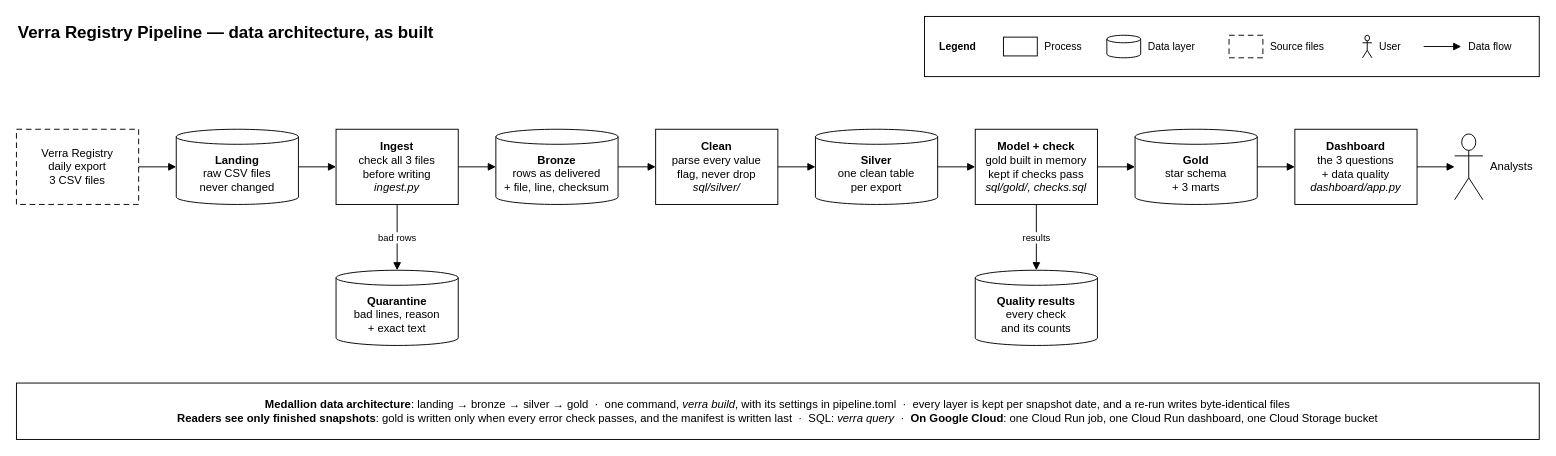
Earlier version of the draw.io diagram page "1 · Data (as built)" (1 of 2) of docs/architecture/verra-pipeline-as-built.drawio (ShreehariA/verra_registry_pipeline). Source tidied: cells renumbered, new cells numbered last; positions are measured from the earlier drawing's top-left corner, leaving out a move shared by most shapes. Both pictures are drawn from the tidied source at 94%, with x=0, y=0 at pixel (16, 16).
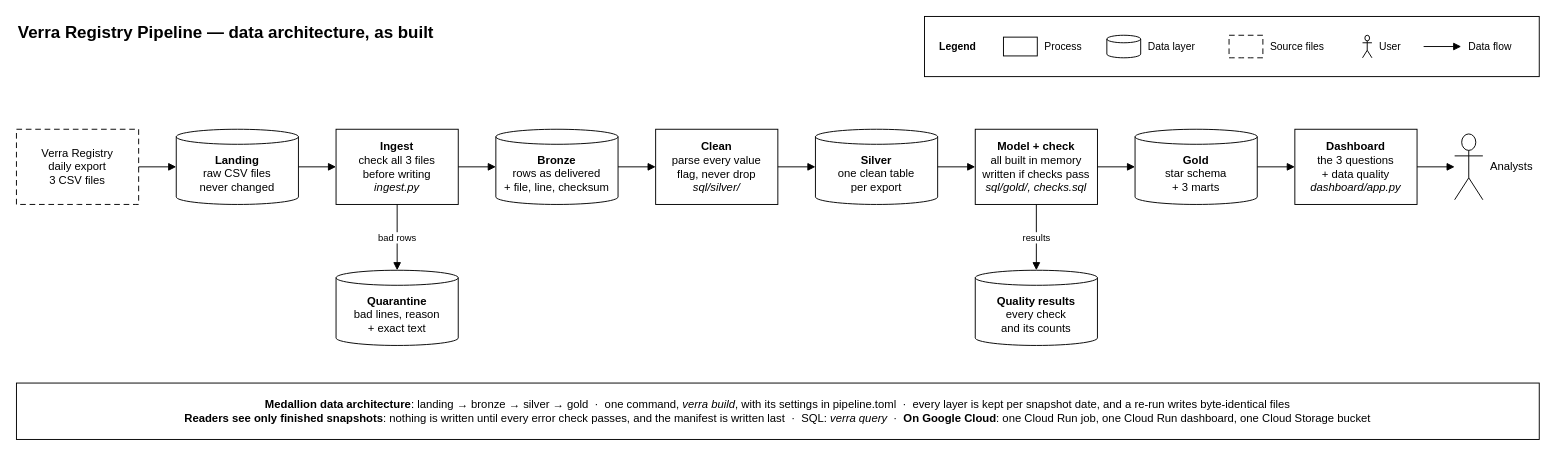
Above is the later version.

Change to the diagram source:
```diff
@@
-    <mxCell id="21" value="&lt;b&gt;Model + check&lt;/b&gt;&lt;br&gt;gold built in memory&lt;br&gt;kept if checks pass&lt;br&gt;&lt;i&gt;sql/gold/, checks.sql&lt;/i&gt;" style="rounded=0;html=1;whiteSpace=wrap;fillColor=#FFFFFF;strokeColor=#000000;strokeWidth=1;fontFamily=Helvetica;fontColor=#000000;fontSize=12;" parent="1" vertex="1">
+    <mxCell id="21" value="&lt;b&gt;Model + check&lt;/b&gt;&lt;br&gt;all built in memory&lt;br&gt;written if checks pass&lt;br&gt;&lt;i&gt;sql/gold/, checks.sql&lt;/i&gt;" style="rounded=0;html=1;whiteSpace=wrap;fillColor=#FFFFFF;strokeColor=#000000;strokeWidth=1;fontFamily=Helvetica;fontColor=#000000;fontSize=12;" parent="1" vertex="1">
       <mxGeometry x="1020" y="120" width="130" height="80" as="geometry" />
     </mxCell>
@@
-    <mxCell id="38" value="&lt;b&gt;Medallion data architecture&lt;/b&gt;: landing → bronze → silver → gold &amp;nbsp;·&amp;nbsp; one command, &lt;i&gt;verra build&lt;/i&gt;, with its settings in pipeline.toml &amp;nbsp;·&amp;nbsp; every layer is kept per snapshot date, and a re-run writes byte-identical files&lt;br&gt;&lt;b&gt;Readers see only finished snapshots&lt;/b&gt;: gold is written only when every error check passes, and the manifest is written last &amp;nbsp;·&amp;nbsp; SQL: &lt;i&gt;verra query&lt;/i&gt; &amp;nbsp;·&amp;nbsp; &lt;b&gt;On Google Cloud&lt;/b&gt;: one Cloud Run job, one Cloud Run dashboard, one Cloud Storage bucket" style="rounded=0;html=1;whiteSpace=wrap;fillColor=#FFFFFF;strokeColor=#000000;strokeWidth=1;fontFamily=Helvetica;fontColor=#000000;fontSize=12;" parent="1" vertex="1">
+    <mxCell id="38" value="&lt;b&gt;Medallion data architecture&lt;/b&gt;: landing → bronze → silver → gold &amp;nbsp;·&amp;nbsp; one command, &lt;i&gt;verra build&lt;/i&gt;, with its settings in pipeline.toml &amp;nbsp;·&amp;nbsp; every layer is kept per snapshot date, and a re-run writes byte-identical files&lt;br&gt;&lt;b&gt;Readers see only finished snapshots&lt;/b&gt;: nothing is written until every error check passes, and the manifest is written last &amp;nbsp;·&amp;nbsp; SQL: &lt;i&gt;verra query&lt;/i&gt; &amp;nbsp;·&amp;nbsp; &lt;b&gt;On Google Cloud&lt;/b&gt;: one Cloud Run job, one Cloud Run dashboard, one Cloud Storage bucket" style="rounded=0;html=1;whiteSpace=wrap;fillColor=#FFFFFF;strokeColor=#000000;strokeWidth=1;fontFamily=Helvetica;fontColor=#000000;fontSize=12;" parent="1" vertex="1">
       <mxGeometry y="390" width="1620" height="60" as="geometry" />
     </mxCell>
```
